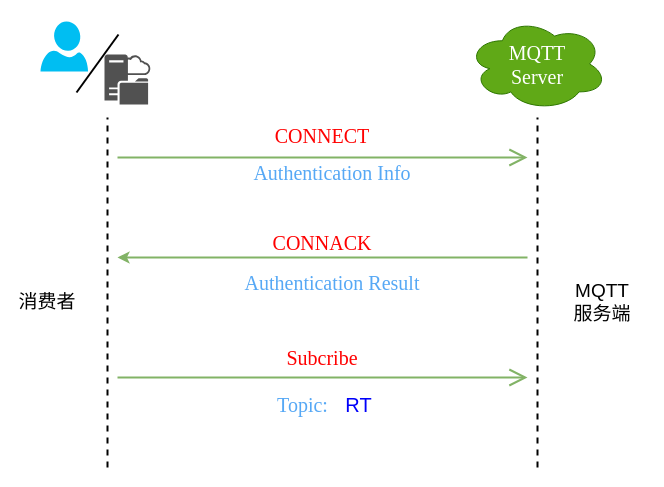
raingnight/Blog_Pic keeps this draw.io diagram as page "第 2 页" (2 of 5) of drawio/mqtt-auth.drawio. Above is the earlier version. Source tidied: cells renumbered, new cells numbered last; positions are measured from the earlier drawing's top-left corner, leaving out a move shared by most shapes. Both pictures are drawn from the tidied source at 100%, with x=0, y=0 at pixel (17, 17).
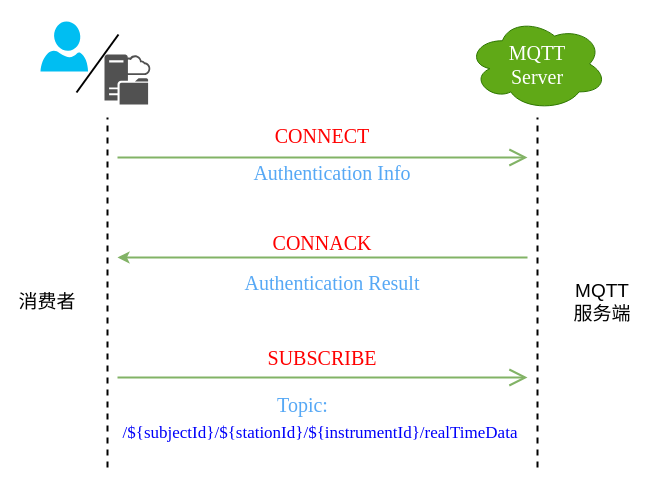
The same diagram, later.

The edit, as a diff of the source:
```diff
@@
-    <mxCell id="13" value="&lt;div style=&quot;text-align: center;&quot;&gt;&lt;font size=&quot;1&quot; face=&quot;Times New Roman&quot;&gt;&lt;span style=&quot;background-color: rgb(255, 255, 255); font-size: 20px;&quot;&gt;Subcribe&lt;/span&gt;&lt;/font&gt;&lt;/div&gt;" style="text;whiteSpace=wrap;html=1;fontSize=20;fontFamily=Times New Roman;align=center;verticalAlign=middle;fontColor=#FF0000;labelBackgroundColor=default;" parent="1" vertex="1">
+    <mxCell id="13" value="&lt;div style=&quot;text-align: center;&quot;&gt;SUBSCRIBE&lt;br&gt;&lt;/div&gt;" style="text;whiteSpace=wrap;html=1;fontSize=20;fontFamily=Times New Roman;align=center;verticalAlign=middle;fontColor=#FF0000;labelBackgroundColor=default;" parent="1" vertex="1">
       <mxGeometry x="190" y="315" width="230" height="50" as="geometry" />
     </mxCell>
@@
-    <mxCell id="19" value="RT" style="text;html=1;strokeColor=none;fillColor=none;align=center;verticalAlign=middle;whiteSpace=wrap;rounded=0;fontSize=20;fontColor=#0000fa;" parent="1" vertex="1">
-      <mxGeometry x="284" y="372" width="115" height="30" as="geometry" />
-    </mxCell>
+    <mxCell id="20" value="&lt;p class=&quot;MsoNormal&quot;&gt;&lt;font style=&quot;font-size: 17px;&quot; face=&quot;Times New Roman&quot;&gt;/${subjectId}/${stationId}/${instrumentId}/realTimeData&lt;/font&gt;&lt;/p&gt;" style="text;html=1;strokeColor=none;fillColor=none;align=center;verticalAlign=middle;whiteSpace=wrap;rounded=0;fontSize=20;fontColor=#0000fa;" parent="1" vertex="1">
+      <mxGeometry x="101" y="399" width="403.5" height="30" as="geometry" />
+    </mxCell>
```
